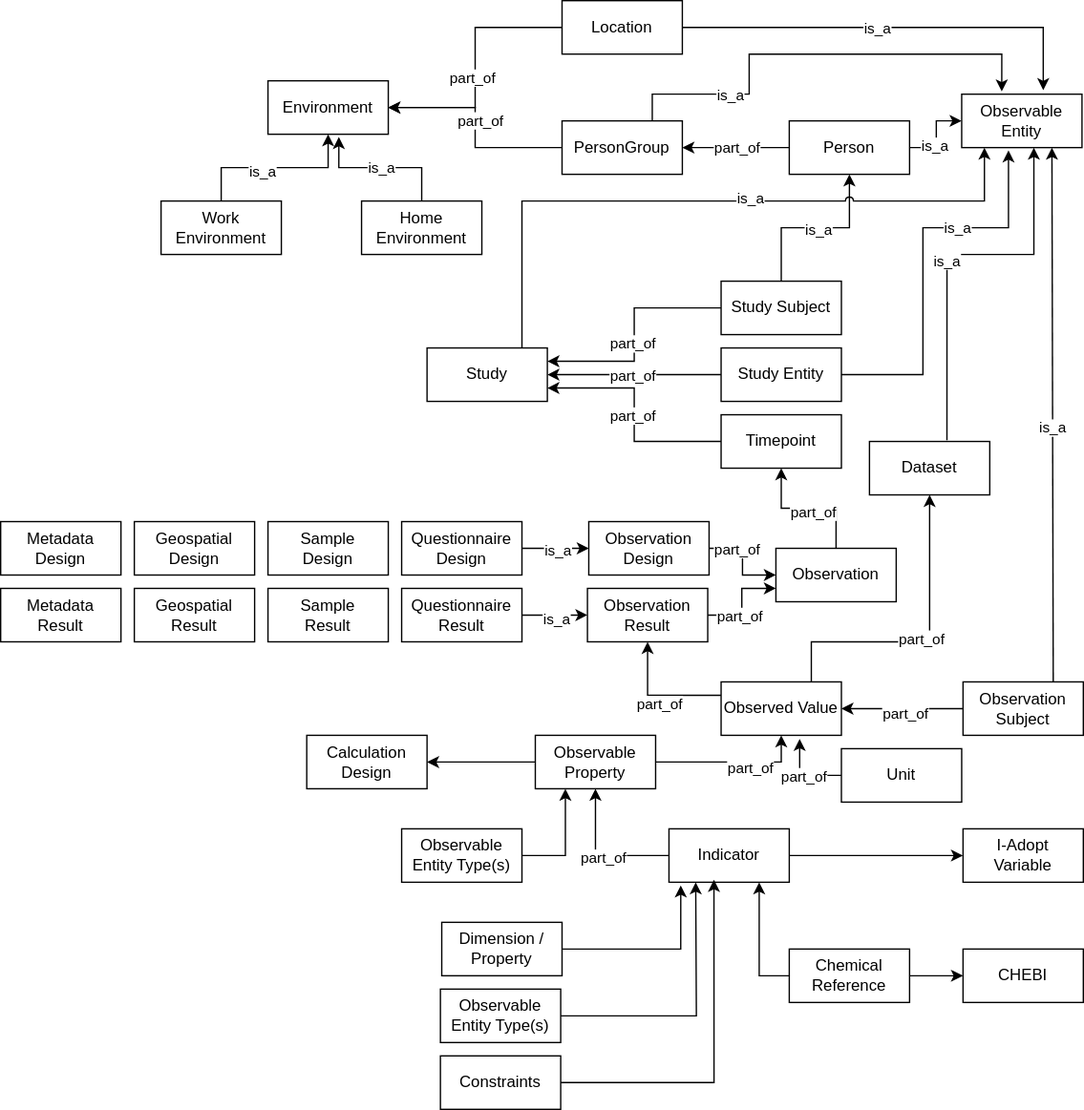
This is diagrams/PEH Entities Overview.svg from GertjanBisschop/parco-hbm, a draw.io export, as it was before one commit. Source tidied: cells renumbered, new cells last; positions are measured from the earlier drawing's top-left corner, leaving out a move shared by most shapes.
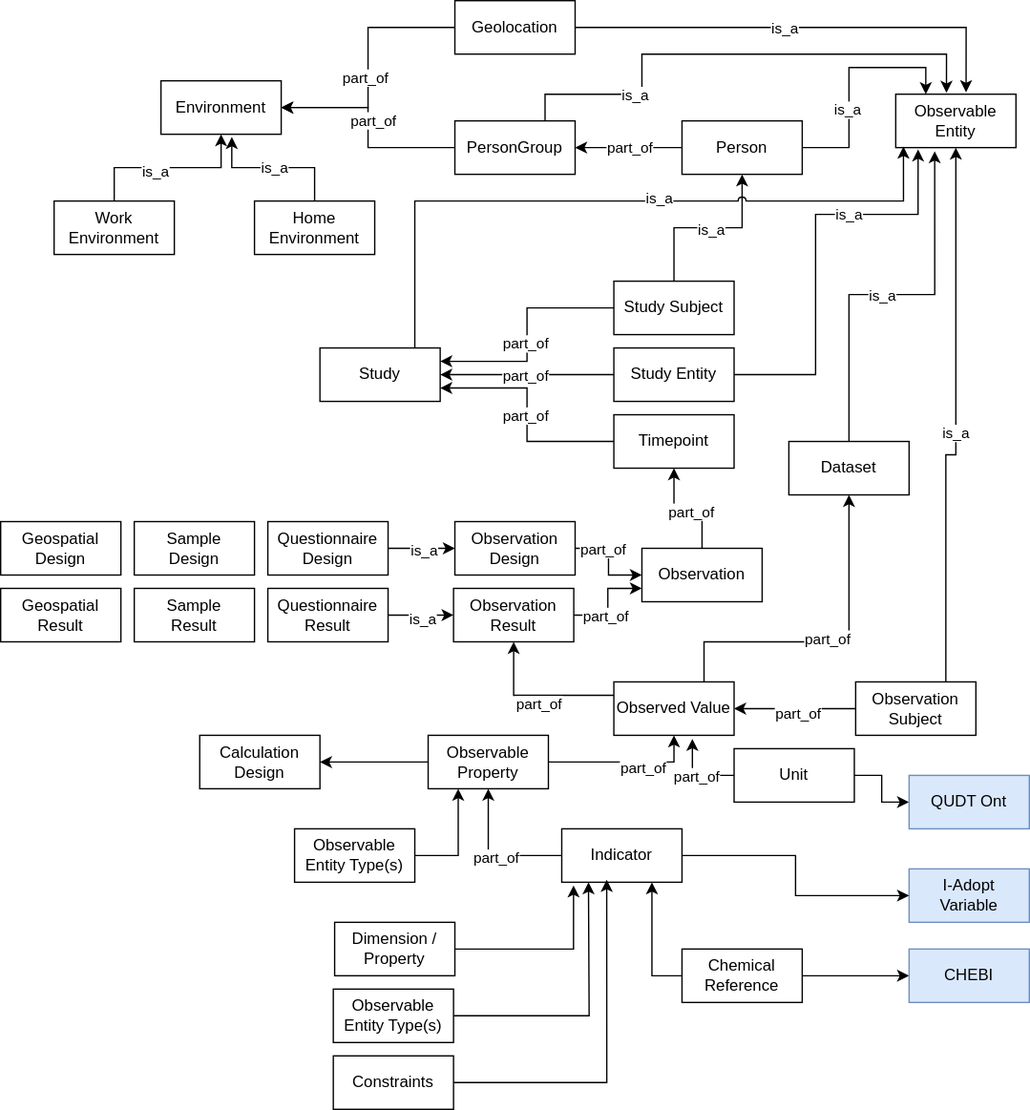
Later version of the same file.

Commit message:
Made links to external ontologies more explicit

Change to the diagram source:
```diff
@@ -20,13 +20,13 @@
     <mxCell id="7" value="part_of" style="edgeLabel;html=1;align=center;verticalAlign=middle;" parent="6" vertex="1">
       <mxGeometry x="0.07" y="-3" relative="1" as="geometry" />
     </mxCell>
-    <mxCell id="8" style="edgeStyle=orthogonalEdgeStyle;rounded=0;jettySize=auto;html=1;entryX=0.678;entryY=-0.075;entryDx=0;entryDy=0;entryPerimeter=0;" parent="1" edge="1" source="10" target="99">
+    <mxCell id="8" style="edgeStyle=orthogonalEdgeStyle;rounded=0;jettySize=auto;html=1;entryX=0.585;entryY=-0.036;entryDx=0;entryDy=0;entryPerimeter=0;" parent="1" edge="1" source="10" target="99">
       <mxGeometry relative="1" as="geometry" />
     </mxCell>
     <mxCell id="9" value="is_a" style="edgeLabel;html=1;align=center;verticalAlign=middle;" parent="8" vertex="1">
       <mxGeometry x="-0.09" relative="1" as="geometry" />
     </mxCell>
-    <mxCell id="10" value="Location" style="rounded=0;whiteSpace=wrap;html=1;" parent="1" vertex="1">
+    <mxCell id="10" value="Geolocation" style="rounded=0;whiteSpace=wrap;html=1;" parent="1" vertex="1">
       <mxGeometry x="420" width="90" height="40" as="geometry" />
     </mxCell>
     <mxCell id="11" value="PersonGroup" style="rounded=0;whiteSpace=wrap;html=1;" parent="1" vertex="1">
@@ -57,11 +57,14 @@
       <mxGeometry x="590" y="90" width="90" height="40" as="geometry" />
     </mxCell>
     <mxCell id="20" value="Geospatial Result" style="rounded=0;whiteSpace=wrap;html=1;" parent="1" vertex="1">
-      <mxGeometry x="100" y="440" width="90" height="40" as="geometry" />
+      <mxGeometry x="80" y="440" width="90" height="40" as="geometry" />
     </mxCell>
     <mxCell id="21" value="Geospatial Design" style="rounded=0;whiteSpace=wrap;html=1;" parent="1" vertex="1">
-      <mxGeometry x="100" y="390" width="90" height="40" as="geometry" />
+      <mxGeometry x="80" y="390" width="90" height="40" as="geometry" />
     </mxCell>
+    <mxCell id="100" style="edgeStyle=orthogonalEdgeStyle;rounded=0;jettySize=auto;html=1;" parent="1" edge="1" source="22" target="101">
+      <mxGeometry relative="1" as="geometry" />
+    </mxCell>
     <mxCell id="22" value="Unit" style="rounded=0;whiteSpace=wrap;html=1;" parent="1" vertex="1">
       <mxGeometry x="629" y="560" width="90" height="40" as="geometry" />
     </mxCell>
@@ -74,8 +77,8 @@
     <mxCell id="25" style="edgeStyle=orthogonalEdgeStyle;rounded=0;jettySize=auto;html=1;entryX=0.5;entryY=1;entryDx=0;entryDy=0;exitX=0.75;exitY=0;exitDx=0;exitDy=0;" parent="1" edge="1" source="63" target="70">
       <mxGeometry relative="1" as="geometry">
         <Array as="points">
-          <mxPoint x="607" y="480" />
-          <mxPoint x="695" y="480" />
+          <mxPoint x="606" y="480" />
+          <mxPoint x="715" y="480" />
         </Array>
       </mxGeometry>
     </mxCell>
@@ -83,13 +86,13 @@
       <mxGeometry x="-0.02" y="3" relative="1" as="geometry" />
     </mxCell>
     <mxCell id="27" value="Observation" style="rounded=0;whiteSpace=wrap;html=1;" parent="1" vertex="1">
-      <mxGeometry x="580" y="410" width="90" height="40" as="geometry" />
+      <mxGeometry x="560" y="410" width="90" height="40" as="geometry" />
     </mxCell>
     <mxCell id="28" value="Sample&lt;br&gt;Result" style="rounded=0;whiteSpace=wrap;html=1;" parent="1" vertex="1">
-      <mxGeometry x="200" y="440" width="90" height="40" as="geometry" />
+      <mxGeometry x="180" y="440" width="90" height="40" as="geometry" />
     </mxCell>
     <mxCell id="29" value="Sample&lt;br&gt;Design" style="rounded=0;whiteSpace=wrap;html=1;" parent="1" vertex="1">
-      <mxGeometry x="200" y="390" width="90" height="40" as="geometry" />
+      <mxGeometry x="180" y="390" width="90" height="40" as="geometry" />
     </mxCell>
     <mxCell id="30" value="Calculation Design" style="rounded=0;whiteSpace=wrap;html=1;" parent="1" vertex="1">
       <mxGeometry x="229" y="550" width="90" height="40" as="geometry" />
@@ -107,10 +110,11 @@
         <mxPoint y="1" as="offset" />
       </mxGeometry>
     </mxCell>
-    <mxCell id="33" style="edgeStyle=orthogonalEdgeStyle;rounded=0;jettySize=auto;html=1;entryX=0.75;entryY=1;entryDx=0;entryDy=0;exitX=0.75;exitY=0;exitDx=0;exitDy=0;" parent="1" edge="1" source="35" target="99">
+    <mxCell id="33" style="edgeStyle=orthogonalEdgeStyle;rounded=0;jettySize=auto;html=1;entryX=0.5;entryY=1;entryDx=0;entryDy=0;exitX=0.75;exitY=0;exitDx=0;exitDy=0;" parent="1" edge="1" source="35" target="99">
       <mxGeometry relative="1" as="geometry">
         <Array as="points">
-          <mxPoint x="788" y="110" />
+          <mxPoint x="788" y="340" />
+          <mxPoint x="795" y="340" />
         </Array>
       </mxGeometry>
     </mxCell>
@@ -127,7 +131,7 @@
       <mxGeometry x="0.02" y="-2" relative="1" as="geometry" />
     </mxCell>
     <mxCell id="38" value="Questionnaire Result" style="rounded=0;whiteSpace=wrap;html=1;" parent="1" vertex="1">
-      <mxGeometry x="300" y="440" width="90" height="40" as="geometry" />
+      <mxGeometry x="280" y="440" width="90" height="40" as="geometry" />
     </mxCell>
     <mxCell id="39" style="edgeStyle=orthogonalEdgeStyle;rounded=0;jettySize=auto;html=1;entryX=0;entryY=0.5;entryDx=0;entryDy=0;" parent="1" edge="1" source="41" target="91">
       <mxGeometry relative="1" as="geometry" />
@@ -136,7 +140,7 @@
       <mxGeometry x="0.03" y="-1" relative="1" as="geometry" />
     </mxCell>
     <mxCell id="41" value="Questionnaire Design" style="rounded=0;whiteSpace=wrap;html=1;" parent="1" vertex="1">
-      <mxGeometry x="300" y="390" width="90" height="40" as="geometry" />
+      <mxGeometry x="280" y="390" width="90" height="40" as="geometry" />
     </mxCell>
     <mxCell id="42" style="edgeStyle=orthogonalEdgeStyle;rounded=0;jettySize=auto;html=1;entryX=0.75;entryY=1;entryDx=0;entryDy=0;exitX=0;exitY=0.5;exitDx=0;exitDy=0;" parent="1" edge="1" source="44" target="60">
       <mxGeometry relative="1" as="geometry" />
@@ -162,8 +166,8 @@
     <mxCell id="49" value="Study Subject" style="rounded=0;whiteSpace=wrap;html=1;" parent="1" vertex="1">
       <mxGeometry x="539" y="210" width="90" height="40" as="geometry" />
     </mxCell>
-    <mxCell id="50" value="I-Adopt&lt;br&gt;Variable" style="rounded=0;whiteSpace=wrap;html=1;" parent="1" vertex="1">
-      <mxGeometry x="720" y="620" width="90" height="40" as="geometry" />
+    <mxCell id="50" value="I-Adopt&lt;br&gt;Variable" style="rounded=0;whiteSpace=wrap;html=1;fillColor=#dae8fc;strokeColor=#6c8ebf;" parent="1" vertex="1">
+      <mxGeometry x="760" y="650" width="90" height="40" as="geometry" />
     </mxCell>
     <mxCell id="51" style="edgeStyle=orthogonalEdgeStyle;rounded=0;jettySize=auto;html=1;entryX=0.098;entryY=1.059;entryDx=0;entryDy=0;entryPerimeter=0;" parent="1" edge="1" source="52" target="60">
       <mxGeometry relative="1" as="geometry">
@@ -178,6 +182,9 @@
     <mxCell id="53" value="Observable Entity Type(s)" style="rounded=0;whiteSpace=wrap;html=1;" parent="1" vertex="1">
       <mxGeometry x="329" y="740" width="90" height="40" as="geometry" />
     </mxCell>
+    <mxCell id="99" value="Observable Entity" style="rounded=0;whiteSpace=wrap;html=1;" parent="1" vertex="1">
+      <mxGeometry x="750" y="70" width="90" height="40" as="geometry" />
+    </mxCell>
     <mxCell id="54" value="Observable Property" style="rounded=0;whiteSpace=wrap;html=1;" parent="1" vertex="1">
       <mxGeometry x="400" y="550" width="90" height="40" as="geometry" />
     </mxCell>
@@ -226,13 +233,19 @@
     <mxCell id="67" value="is_a" style="edgeLabel;html=1;align=center;verticalAlign=middle;" parent="66" vertex="1">
       <mxGeometry x="0.02" y="-1" relative="1" as="geometry" />
     </mxCell>
+    <mxCell id="97" style="edgeStyle=orthogonalEdgeStyle;rounded=0;jettySize=auto;html=1;entryX=0.25;entryY=0;entryDx=0;entryDy=0;" parent="1" edge="1" source="19" target="99">
+      <mxGeometry relative="1" as="geometry" />
+    </mxCell>
+    <mxCell id="98" value="is_a" style="edgeLabel;html=1;align=center;verticalAlign=middle;" parent="97" vertex="1">
+      <mxGeometry x="-0.25" y="2" relative="1" as="geometry" />
+    </mxCell>
-    <mxCell id="68" style="edgeStyle=orthogonalEdgeStyle;rounded=0;jettySize=auto;html=1;entryX=0.333;entryY=-0.05;entryDx=0;entryDy=0;entryPerimeter=0;exitX=0.75;exitY=0;exitDx=0;exitDy=0;" parent="1" edge="1" source="11" target="99">
+    <mxCell id="68" style="edgeStyle=orthogonalEdgeStyle;rounded=0;jettySize=auto;html=1;entryX=0.422;entryY=-0.025;entryDx=0;entryDy=0;entryPerimeter=0;exitX=0.75;exitY=0;exitDx=0;exitDy=0;" parent="1" edge="1" source="11" target="99">
       <mxGeometry relative="1" as="geometry">
         <Array as="points">
           <mxPoint x="488" y="70" />
           <mxPoint x="560" y="70" />
           <mxPoint x="560" y="40" />
-          <mxPoint x="749" y="40" />
+          <mxPoint x="788" y="40" />
         </Array>
       </mxGeometry>
     </mxCell>
@@ -240,7 +253,7 @@
       <mxGeometry x="-0.54" relative="1" as="geometry" />
     </mxCell>
     <mxCell id="70" value="Dataset" style="rounded=0;whiteSpace=wrap;html=1;" parent="1" vertex="1">
-      <mxGeometry x="650" y="330" width="90" height="40" as="geometry" />
+      <mxGeometry x="670" y="330" width="90" height="40" as="geometry" />
     </mxCell>
     <mxCell id="71" style="edgeStyle=orthogonalEdgeStyle;rounded=0;jettySize=auto;html=1;" parent="1" edge="1" source="53">
       <mxGeometry relative="1" as="geometry">
@@ -257,8 +270,8 @@
     <mxCell id="73" value="Constraints" style="rounded=0;whiteSpace=wrap;html=1;" parent="1" vertex="1">
       <mxGeometry x="329" y="790" width="90" height="40" as="geometry" />
     </mxCell>
-    <mxCell id="74" value="CHEBI" style="rounded=0;whiteSpace=wrap;html=1;" parent="1" vertex="1">
-      <mxGeometry x="720" y="710" width="90" height="40" as="geometry" />
+    <mxCell id="74" value="CHEBI" style="rounded=0;whiteSpace=wrap;html=1;fillColor=#dae8fc;strokeColor=#6c8ebf;" parent="1" vertex="1">
+      <mxGeometry x="760" y="710" width="90" height="40" as="geometry" />
     </mxCell>
     <mxCell id="75" style="edgeStyle=orthogonalEdgeStyle;rounded=0;jettySize=auto;html=1;entryX=1;entryY=0.5;entryDx=0;entryDy=0;" parent="1" edge="1" source="77" target="2">
       <mxGeometry relative="1" as="geometry" />
@@ -269,34 +282,29 @@
     <mxCell id="77" value="Study Entity" style="rounded=0;whiteSpace=wrap;html=1;" parent="1" vertex="1">
       <mxGeometry x="539" y="260" width="90" height="40" as="geometry" />
     </mxCell>
-    <mxCell id="78" style="edgeStyle=orthogonalEdgeStyle;rounded=0;jettySize=auto;html=1;entryX=0.389;entryY=1.05;entryDx=0;entryDy=0;entryPerimeter=0;" parent="1" edge="1" source="77" target="99">
+    <mxCell id="78" style="edgeStyle=orthogonalEdgeStyle;rounded=0;jettySize=auto;html=1;entryX=0.186;entryY=1.033;entryDx=0;entryDy=0;entryPerimeter=0;" parent="1" edge="1" source="77" target="99">
       <mxGeometry relative="1" as="geometry">
         <Array as="points">
           <mxPoint x="690" y="280" />
-          <mxPoint x="690" y="170" />
-          <mxPoint x="754" y="170" />
+          <mxPoint x="690" y="160" />
+          <mxPoint x="767" y="160" />
         </Array>
       </mxGeometry>
     </mxCell>
     <mxCell id="79" value="is_a" style="edgeLabel;html=1;align=center;verticalAlign=middle;" parent="78" vertex="1">
       <mxGeometry x="0.34" y="1" relative="1" as="geometry" />
     </mxCell>
-    <mxCell id="80" style="edgeStyle=orthogonalEdgeStyle;rounded=0;jettySize=auto;html=1;entryX=0.6;entryY=1;entryDx=0;entryDy=0;entryPerimeter=0;exitX=0.644;exitY=-0.025;exitDx=0;exitDy=0;exitPerimeter=0;" parent="1" edge="1" source="70" target="99">
-      <mxGeometry relative="1" as="geometry">
-        <Array as="points">
-          <mxPoint x="708" y="190" />
-          <mxPoint x="773" y="190" />
-        </Array>
-      </mxGeometry>
+    <mxCell id="80" style="edgeStyle=orthogonalEdgeStyle;rounded=0;jettySize=auto;html=1;entryX=0.324;entryY=1.067;entryDx=0;entryDy=0;entryPerimeter=0;" parent="1" edge="1" source="70" target="99">
+      <mxGeometry relative="1" as="geometry" />
     </mxCell>
     <mxCell id="81" value="is_a" style="edgeLabel;html=1;align=center;verticalAlign=middle;" parent="80" vertex="1">
       <mxGeometry x="-0.05" relative="1" as="geometry" />
     </mxCell>
-    <mxCell id="82" style="edgeStyle=orthogonalEdgeStyle;rounded=0;jettySize=auto;html=1;entryX=0.189;entryY=1;entryDx=0;entryDy=0;entryPerimeter=0;jumpStyle=arc;" parent="1" edge="1" source="2" target="99">
+    <mxCell id="82" style="edgeStyle=orthogonalEdgeStyle;rounded=0;jettySize=auto;html=1;entryX=0.064;entryY=0.981;entryDx=0;entryDy=0;entryPerimeter=0;jumpStyle=arc;" parent="1" edge="1" source="2" target="99">
       <mxGeometry relative="1" as="geometry">
         <Array as="points">
           <mxPoint x="390" y="150" />
-          <mxPoint x="736" y="150" />
+          <mxPoint x="756" y="150" />
         </Array>
       </mxGeometry>
     </mxCell>
@@ -329,7 +337,7 @@
       </mxGeometry>
     </mxCell>
     <mxCell id="91" value="Observation Design" style="rounded=0;whiteSpace=wrap;html=1;" parent="1" vertex="1">
-      <mxGeometry x="440" y="390" width="90" height="40" as="geometry" />
+      <mxGeometry x="420" y="390" width="90" height="40" as="geometry" />
     </mxCell>
     <mxCell id="92" style="edgeStyle=orthogonalEdgeStyle;rounded=0;jettySize=auto;html=1;entryX=0;entryY=0.75;entryDx=0;entryDy=0;" parent="1" edge="1" source="94" target="27">
       <mxGeometry relative="1" as="geometry" />
@@ -338,22 +346,10 @@
       <mxGeometry x="-0.36" relative="1" as="geometry" />
     </mxCell>
     <mxCell id="94" value="Observation Result" style="rounded=0;whiteSpace=wrap;html=1;" parent="1" vertex="1">
-      <mxGeometry x="439" y="440" width="90" height="40" as="geometry" />
+      <mxGeometry x="419" y="440" width="90" height="40" as="geometry" />
     </mxCell>
-    <mxCell id="95" value="Metadata&lt;br&gt;Result" style="rounded=0;whiteSpace=wrap;html=1;" parent="1" vertex="1">
-      <mxGeometry y="440" width="90" height="40" as="geometry" />
-    </mxCell>
-    <mxCell id="96" value="Metadata Design" style="rounded=0;whiteSpace=wrap;html=1;" parent="1" vertex="1">
-      <mxGeometry y="390" width="90" height="40" as="geometry" />
-    </mxCell>
-    <mxCell id="97" style="edgeStyle=orthogonalEdgeStyle;rounded=0;jettySize=auto;html=1;entryX=0;entryY=0.5;entryDx=0;entryDy=0;" parent="1" edge="1" source="19" target="99">
-      <mxGeometry relative="1" as="geometry" />
-    </mxCell>
-    <mxCell id="98" value="is_a" style="edgeLabel;html=1;align=center;verticalAlign=middle;" parent="97" vertex="1">
-      <mxGeometry x="-0.25" y="2" relative="1" as="geometry" />
-    </mxCell>
-    <mxCell id="99" value="Observable Entity" style="rounded=0;whiteSpace=wrap;html=1;" parent="1" vertex="1">
-      <mxGeometry x="719" y="70" width="90" height="40" as="geometry" />
-    </mxCell>
+    <mxCell id="101" value="QUDT Ont" style="rounded=0;whiteSpace=wrap;html=1;fillColor=#dae8fc;strokeColor=#6c8ebf;" parent="1" vertex="1">
+      <mxGeometry x="760" y="580" width="90" height="40" as="geometry" />
+    </mxCell>
   </root>
 </mxGraphModel>
```
